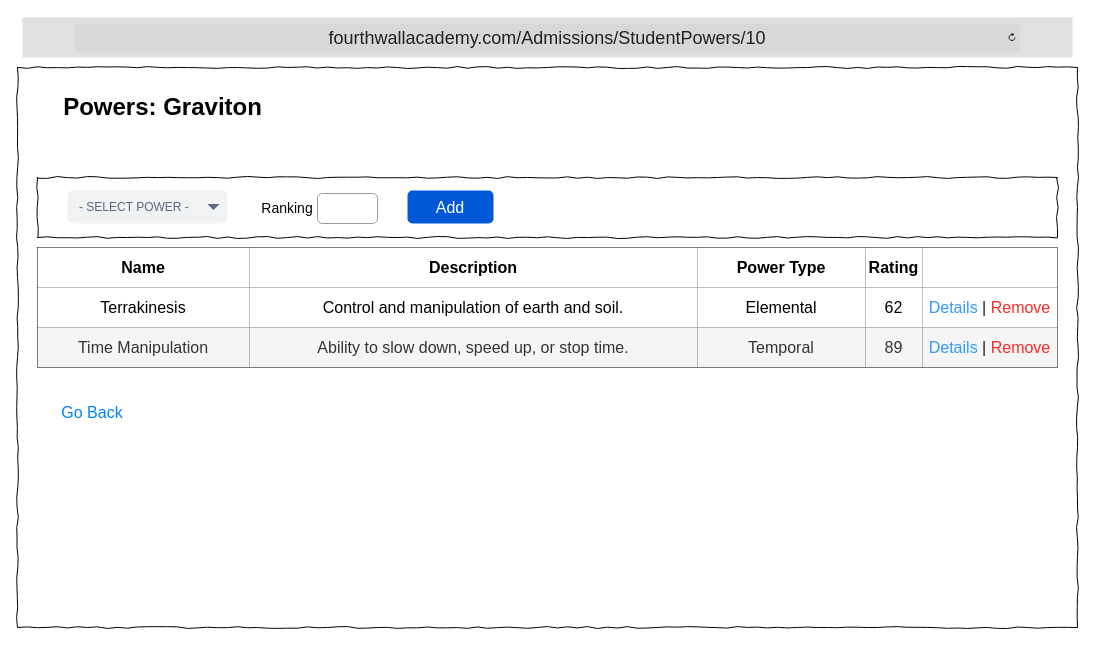
This is DesignDocument/Wireframes/4thWallAcademy_Students_Powers.drawio from TRed91/4thWallAcademy, a draw.io file, before an edit. Source tidied: cells renumbered, new cells numbered last; positions are measured from the earlier drawing's top-left corner, leaving out a move shared by most shapes. Both pictures are drawn from the tidied source at 100%, with x=0, y=0 at pixel (17, 17).
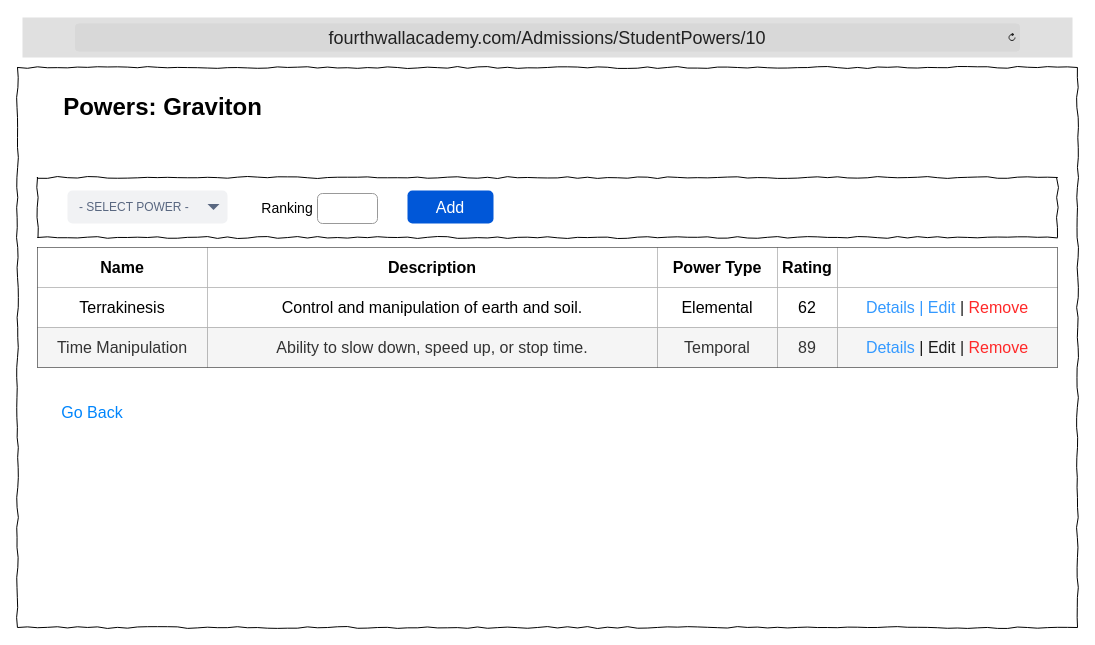
The same page after the edit.

The change refers to these unchanged cells:
```xml
<mxCell id="7" style="shape=tableRow;horizontal=0;startSize=0;swimlaneHead=0;swimlaneBody=0;strokeColor=inherit;top=0;left=0;bottom=0;right=0;fillColor=none;fontSize=16;" parent="6" vertex="1">
  <mxGeometry width="1020" height="40" as="geometry" />
</mxCell>
<mxCell id="13" style="shape=tableRow;horizontal=0;startSize=0;swimlaneHead=0;swimlaneBody=0;strokeColor=inherit;top=0;left=0;bottom=0;right=0;fillColor=none;fontSize=16;" parent="6" vertex="1">
  <mxGeometry y="40" width="1020" height="40" as="geometry" />
</mxCell>
<mxCell id="19" style="shape=tableRow;horizontal=0;startSize=0;swimlaneHead=0;swimlaneBody=0;strokeColor=inherit;top=0;left=0;bottom=0;right=0;fillColor=none;fontSize=16;" parent="6" vertex="1">
  <mxGeometry y="80" width="1020" height="40" as="geometry" />
</mxCell>
```

Diff of the diagram source:
```diff
@@
     <mxCell id="8" value="&lt;b&gt;Name&lt;/b&gt;" style="shape=partialRectangle;html=1;whiteSpace=wrap;overflow=hidden;top=0;left=0;bottom=0;right=0;fontSize=16;" parent="7" vertex="1">
-      <mxGeometry width="212" height="40" as="geometry" />
+      <mxGeometry width="170" height="40" as="geometry" />
     </mxCell>
     <mxCell id="9" value="&lt;b&gt;Description&lt;/b&gt;" style="shape=partialRectangle;html=1;whiteSpace=wrap;overflow=hidden;top=0;left=0;bottom=0;right=0;fontSize=16;" parent="7" vertex="1">
-      <mxGeometry x="212" width="448" height="40" as="geometry" />
+      <mxGeometry x="170" width="450" height="40" as="geometry" />
     </mxCell>
     <mxCell id="10" value="&lt;b&gt;Power Type&lt;/b&gt;" style="shape=partialRectangle;html=1;whiteSpace=wrap;overflow=hidden;top=0;left=0;bottom=0;right=0;fontSize=16;" parent="7" vertex="1">
-      <mxGeometry x="660" width="168" height="40" as="geometry" />
+      <mxGeometry x="620" width="120" height="40" as="geometry" />
     </mxCell>
     <mxCell id="11" value="&lt;b&gt;Rating&lt;/b&gt;" style="shape=partialRectangle;html=1;whiteSpace=wrap;overflow=hidden;top=0;left=0;bottom=0;right=0;fontSize=16;" parent="7" vertex="1">
-      <mxGeometry x="828" width="57" height="40" as="geometry" />
+      <mxGeometry x="740" width="60" height="40" as="geometry" />
     </mxCell>
     <mxCell id="12" style="shape=partialRectangle;html=1;whiteSpace=wrap;overflow=hidden;top=0;left=0;bottom=0;right=0;fontSize=16;" parent="7" vertex="1">
-      <mxGeometry x="885" width="135" height="40" as="geometry" />
+      <mxGeometry x="800" width="220" height="40" as="geometry" />
     </mxCell>
@@
     <mxCell id="14" value="Terrakinesis" style="shape=partialRectangle;html=1;whiteSpace=wrap;overflow=hidden;top=0;left=0;bottom=0;right=0;fontSize=16;" parent="13" vertex="1">
-      <mxGeometry width="212" height="40" as="geometry" />
+      <mxGeometry width="170" height="40" as="geometry" />
     </mxCell>
     <mxCell id="15" value="Control and manipulation of earth and soil." style="shape=partialRectangle;html=1;whiteSpace=wrap;overflow=hidden;top=0;left=0;bottom=0;right=0;fontSize=16;" parent="13" vertex="1">
-      <mxGeometry x="212" width="448" height="40" as="geometry" />
+      <mxGeometry x="170" width="450" height="40" as="geometry" />
     </mxCell>
     <mxCell id="16" value="Elemental" style="shape=partialRectangle;html=1;whiteSpace=wrap;overflow=hidden;top=0;left=0;bottom=0;right=0;fontSize=16;" parent="13" vertex="1">
-      <mxGeometry x="660" width="168" height="40" as="geometry" />
+      <mxGeometry x="620" width="120" height="40" as="geometry" />
     </mxCell>
     <mxCell id="17" value="62" style="shape=partialRectangle;html=1;whiteSpace=wrap;overflow=hidden;top=0;left=0;bottom=0;right=0;fontSize=16;" parent="13" vertex="1">
-      <mxGeometry x="828" width="57" height="40" as="geometry" />
+      <mxGeometry x="740" width="60" height="40" as="geometry" />
     </mxCell>
-    <mxCell id="18" value="&lt;font color=&quot;#3399ff&quot;&gt;Details&lt;/font&gt;&lt;font color=&quot;#ff2929&quot;&gt; &lt;/font&gt;&lt;font color=&quot;#1a1a1a&quot;&gt;|&lt;/font&gt;&lt;font color=&quot;#ff2929&quot;&gt; Remove&lt;/font&gt;" style="shape=partialRectangle;html=1;whiteSpace=wrap;overflow=hidden;top=0;left=0;bottom=0;right=0;fontSize=16;" parent="13" vertex="1">
-      <mxGeometry x="885" width="135" height="40" as="geometry" />
+    <mxCell id="18" value="&lt;font color=&quot;#3399ff&quot;&gt;Details &lt;/font&gt;&lt;font style=&quot;color: light-dark(rgb(51, 153, 255), rgb(255, 255, 255));&quot;&gt;|&lt;/font&gt;&lt;font color=&quot;#3399ff&quot;&gt; Edit&lt;/font&gt;&lt;font color=&quot;#ff2929&quot;&gt; &lt;/font&gt;&lt;font color=&quot;#1a1a1a&quot;&gt;|&lt;/font&gt;&lt;font color=&quot;#ff2929&quot;&gt; Remove&lt;/font&gt;" style="shape=partialRectangle;html=1;whiteSpace=wrap;overflow=hidden;top=0;left=0;bottom=0;right=0;fontSize=16;" parent="13" vertex="1">
+      <mxGeometry x="800" width="220" height="40" as="geometry" />
     </mxCell>
@@
     <mxCell id="20" value="Time Manipulation" style="shape=partialRectangle;html=1;whiteSpace=wrap;strokeColor=#666666;overflow=hidden;fillColor=#f5f5f5;top=0;left=0;bottom=0;right=0;fontSize=16;fontColor=#333333;" parent="19" vertex="1">
-      <mxGeometry width="212" height="40" as="geometry" />
+      <mxGeometry width="170" height="40" as="geometry" />
     </mxCell>
     <mxCell id="21" value="Ability to slow down, speed up, or stop time." style="shape=partialRectangle;html=1;whiteSpace=wrap;strokeColor=#666666;overflow=hidden;fillColor=#f5f5f5;top=0;left=0;bottom=0;right=0;fontSize=16;fontColor=#333333;" parent="19" vertex="1">
-      <mxGeometry x="212" width="448" height="40" as="geometry" />
+      <mxGeometry x="170" width="450" height="40" as="geometry" />
     </mxCell>
     <mxCell id="22" value="Temporal" style="shape=partialRectangle;html=1;whiteSpace=wrap;strokeColor=#666666;overflow=hidden;fillColor=#f5f5f5;top=0;left=0;bottom=0;right=0;fontSize=16;fontColor=#333333;" parent="19" vertex="1">
-      <mxGeometry x="660" width="168" height="40" as="geometry" />
+      <mxGeometry x="620" width="120" height="40" as="geometry" />
     </mxCell>
     <mxCell id="23" value="89" style="shape=partialRectangle;html=1;whiteSpace=wrap;strokeColor=#666666;overflow=hidden;fillColor=#f5f5f5;top=0;left=0;bottom=0;right=0;fontSize=16;fontColor=#333333;" parent="19" vertex="1">
-      <mxGeometry x="828" width="57" height="40" as="geometry" />
+      <mxGeometry x="740" width="60" height="40" as="geometry" />
     </mxCell>
-    <mxCell id="24" value="&lt;font color=&quot;#3399ff&quot;&gt;Details&lt;/font&gt;&lt;font color=&quot;#ff2929&quot;&gt;&amp;nbsp;&lt;/font&gt;&lt;font color=&quot;#1a1a1a&quot;&gt;|&lt;/font&gt;&lt;font color=&quot;#ff2929&quot;&gt;&amp;nbsp;Remove&lt;/font&gt;" style="shape=partialRectangle;html=1;whiteSpace=wrap;strokeColor=#666666;overflow=hidden;fillColor=#f5f5f5;top=0;left=0;bottom=0;right=0;fontSize=16;fontColor=#333333;" parent="19" vertex="1">
-      <mxGeometry x="885" width="135" height="40" as="geometry" />
+    <mxCell id="24" value="&lt;font color=&quot;#3399ff&quot;&gt;Details&lt;/font&gt;&lt;font color=&quot;#ff2929&quot;&gt;&amp;nbsp;&lt;/font&gt;&lt;font color=&quot;#1a1a1a&quot;&gt;| &lt;/font&gt;&lt;font style=&quot;color: light-dark(rgb(26, 26, 26), rgb(51, 153, 255));&quot;&gt;Edit&lt;/font&gt;&lt;font color=&quot;#1a1a1a&quot;&gt; |&lt;/font&gt;&lt;font color=&quot;#ff2929&quot;&gt;&amp;nbsp;Remove&lt;/font&gt;" style="shape=partialRectangle;html=1;whiteSpace=wrap;strokeColor=#666666;overflow=hidden;fillColor=#f5f5f5;top=0;left=0;bottom=0;right=0;fontSize=16;fontColor=#333333;" parent="19" vertex="1">
+      <mxGeometry x="800" width="220" height="40" as="geometry" />
     </mxCell>
```
